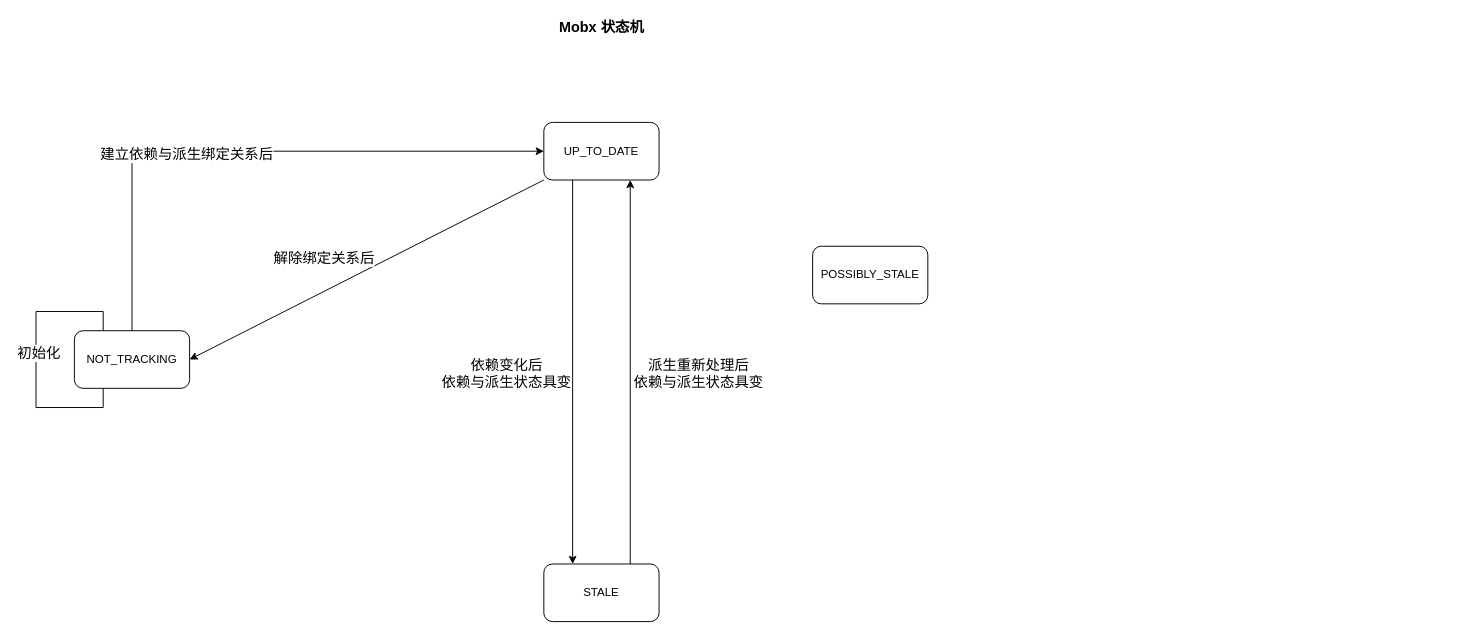
FE-Sadhu/diagram keeps this draw.io diagram as 未命名绘图.drawio. Above is the earlier version. Source tidied: cells renumbered, new cells numbered last; positions are measured from the earlier drawing's top-left corner, leaving out a move shared by most shapes. Both pictures are drawn from the tidied source at 96%, with x=0, y=0 at pixel (36, 16).
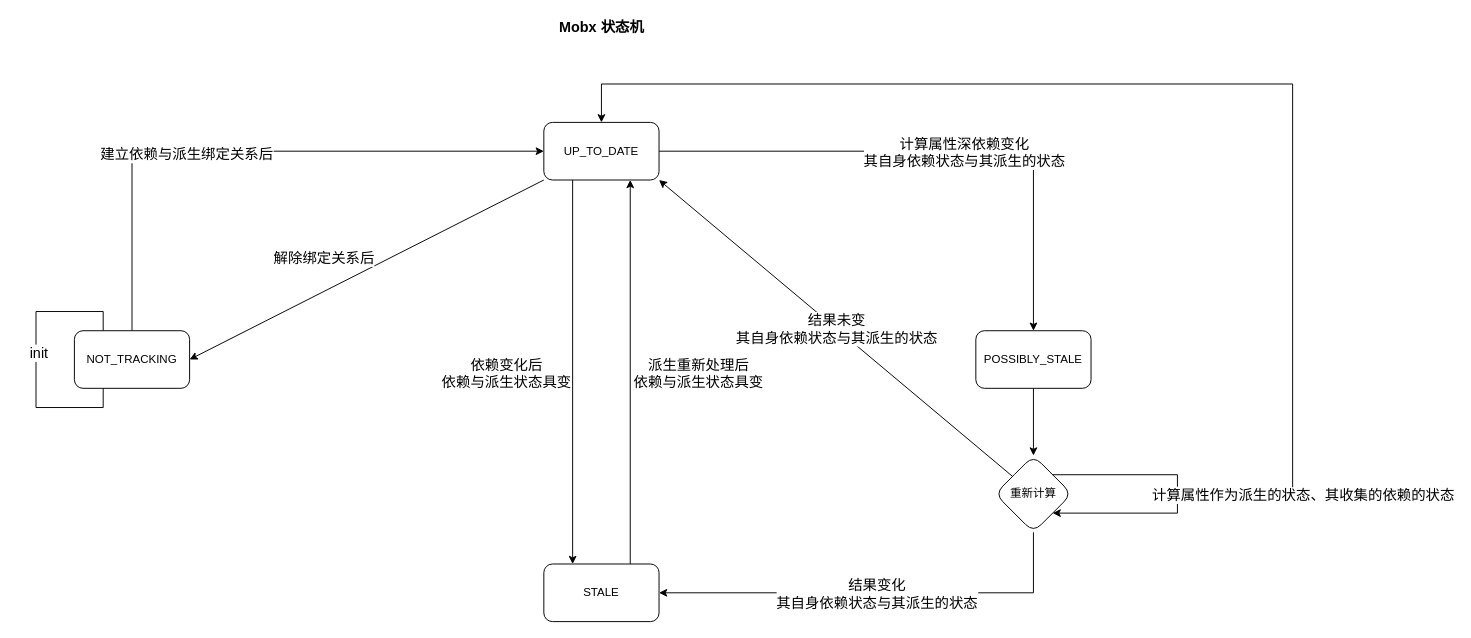
The same page after the edit.

Commit message:
完成 mobx 状态机.drawio

Unchanged cells that the change refers to:
```xml
<mxCell id="2" value="UP_TO_DATE&lt;br&gt;" style="rounded=1;whiteSpace=wrap;html=1;" parent="1" vertex="1">
  <mxGeometry x="529" y="110" width="120" height="60" as="geometry" />
</mxCell>
<mxCell id="3" style="edgeStyle=orthogonalEdgeStyle;rounded=0;jettySize=auto;html=1;fontSize=15;" parent="1" edge="1" source="7">
  <mxGeometry relative="1" as="geometry">
    <mxPoint x="50" y="357" as="targetPoint" />
    <Array as="points">
      <mxPoint x="70" y="307" />
      <mxPoint y="307" />
      <mxPoint y="407" />
      <mxPoint x="70" y="407" />
      <mxPoint x="70" y="357" />
    </Array>
  </mxGeometry>
</mxCell>
<mxCell id="9" value="STALE&lt;br&gt;" style="rounded=1;whiteSpace=wrap;html=1;" parent="1" vertex="1">
  <mxGeometry x="529" y="570" width="120" height="60" as="geometry" />
</mxCell>
```

Diff of the diagram source:
```diff
@@
+    <mxCell id="17" style="edgeStyle=orthogonalEdgeStyle;rounded=0;jettySize=auto;html=1;fontSize=15;entryX=0.5;entryY=0;entryDx=0;entryDy=0;" parent="1" edge="1" source="2" target="8">
+      <mxGeometry relative="1" as="geometry" />
+    </mxCell>
+    <mxCell id="18" value="计算属性深依赖变化&lt;br&gt;其自身依赖状态与其派生的状态" style="edgeLabel;html=1;align=center;verticalAlign=middle;fontSize=15;" parent="17" vertex="1">
+      <mxGeometry x="0.1" relative="1" as="geometry" />
+    </mxCell>
@@
-    <mxCell id="4" value="初始化" style="edgeLabel;html=1;align=center;verticalAlign=middle;fontSize=15;" parent="3" vertex="1">
+    <mxCell id="4" value="init" style="edgeLabel;html=1;align=center;verticalAlign=middle;fontSize=15;" parent="3" vertex="1">
       <mxGeometry x="-0.2" y="2" relative="1" as="geometry" />
     </mxCell>
@@
+    <mxCell id="19" style="edgeStyle=orthogonalEdgeStyle;rounded=0;jettySize=auto;html=1;fontSize=15;" parent="1" edge="1" source="8" target="22">
+      <mxGeometry relative="1" as="geometry" />
+    </mxCell>
     <mxCell id="8" value="POSSIBLY_STALE&lt;br&gt;" style="rounded=1;whiteSpace=wrap;html=1;" parent="1" vertex="1">
-      <mxGeometry x="809" y="239" width="120" height="60" as="geometry" />
+      <mxGeometry x="979" y="327" width="120" height="60" as="geometry" />
     </mxCell>
@@
+    <mxCell id="20" style="endArrow=classic;html=1;rounded=0;fontSize=15;entryX=1;entryY=0.5;entryDx=0;entryDy=0;exitX=0.5;exitY=1;exitDx=0;exitDy=0;" parent="1" edge="1" source="22" target="9">
+      <mxGeometry relative="1" as="geometry">
+        <Array as="points">
+          <mxPoint x="1039" y="600" />
+        </Array>
+      </mxGeometry>
+    </mxCell>
+    <mxCell id="21" value="结果变化&lt;br&gt;其自身依赖状态与其派生的状态" style="edgeLabel;html=1;align=center;verticalAlign=middle;fontSize=15;" parent="20" vertex="1">
+      <mxGeometry relative="1" as="geometry" />
+    </mxCell>
+    <mxCell id="22" value="重新计算" style="rhombus;whiteSpace=wrap;html=1;rounded=1;arcSize=23;" parent="1" vertex="1">
+      <mxGeometry x="999" y="457" width="80" height="80" as="geometry" />
+    </mxCell>
+    <mxCell id="23" style="endArrow=classic;html=1;rounded=0;fontSize=15;entryX=1;entryY=1;entryDx=0;entryDy=0;" parent="1" edge="1" source="22" target="2">
+      <mxGeometry relative="1" as="geometry" />
+    </mxCell>
+    <mxCell id="24" value="结果未变&lt;br&gt;其自身依赖状态与其派生的状态" style="edgeLabel;html=1;align=center;verticalAlign=middle;fontSize=15;" parent="23" vertex="1">
+      <mxGeometry relative="1" as="geometry" />
+    </mxCell>
+    <mxCell id="25" style="endArrow=classic;html=1;rounded=0;fontSize=15;exitX=1;exitY=0;exitDx=0;exitDy=0;entryX=1;entryY=1;entryDx=0;entryDy=0;" parent="1" edge="1" source="22" target="22">
+      <mxGeometry relative="1" as="geometry">
+        <Array as="points">
+          <mxPoint x="1189" y="477" />
+          <mxPoint x="1189" y="517" />
+        </Array>
+      </mxGeometry>
+    </mxCell>
+    <mxCell id="26" value="计算属性作为派生的状态、其收集的依赖的状态" style="edgeLabel;html=1;align=center;verticalAlign=middle;fontSize=15;" parent="25" vertex="1">
+      <mxGeometry relative="1" as="geometry">
+        <mxPoint x="130" as="offset" />
+      </mxGeometry>
+    </mxCell>
+    <mxCell id="27" style="endArrow=classic;html=1;rounded=0;fontSize=15;entryX=0.5;entryY=0;entryDx=0;entryDy=0;" parent="1" edge="1" target="2">
+      <mxGeometry relative="1" as="geometry">
+        <mxPoint x="1309" y="490" as="sourcePoint" />
+        <Array as="points">
+          <mxPoint x="1309" y="70" />
+          <mxPoint x="589" y="70" />
+        </Array>
+      </mxGeometry>
+    </mxCell>
```
